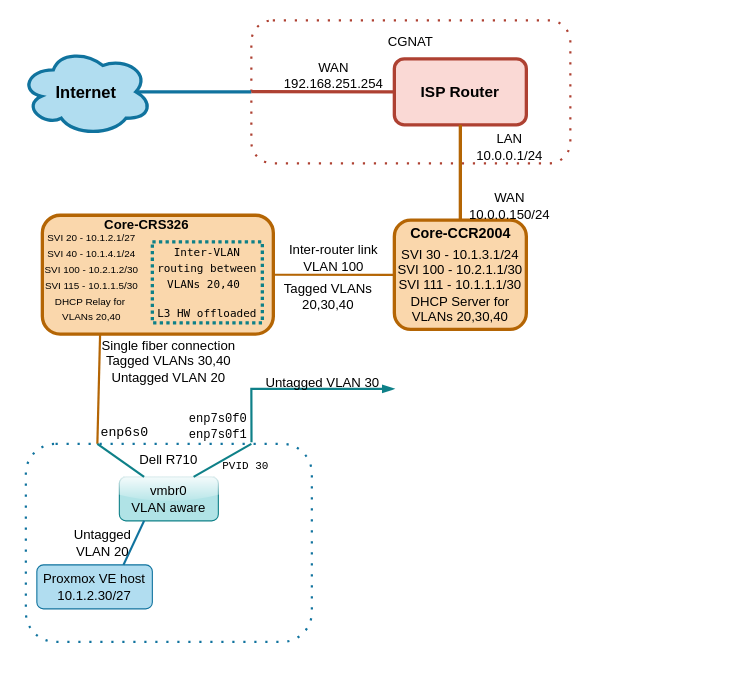
Before: media/topology.drawio in Andreansx/Networking-lab, a draw.io diagram. Source tidied: cells renumbered, new cells numbered last; positions are measured from the earlier drawing's top-left corner, leaving out a move shared by most shapes. Both pictures are drawn from the tidied source at 110%, with x=0, y=0 at pixel (20, 20).
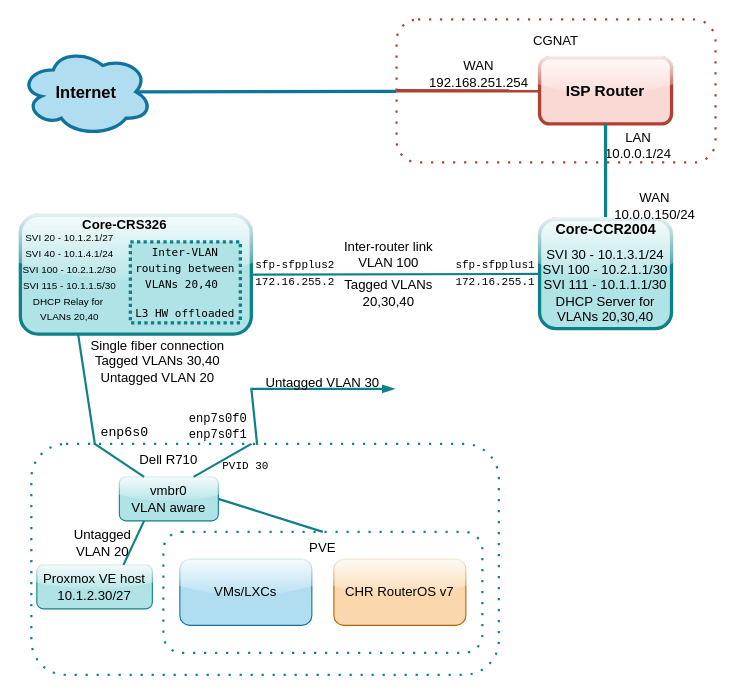
Above is the later version.

The change refers to these unchanged cells:
```xml
<mxCell id="25" value="&lt;div&gt;vmbr0&lt;/div&gt;&lt;div&gt;VLAN aware&lt;/div&gt;" style="rounded=1;whiteSpace=wrap;html=1;fillColor=#b0e3e6;strokeColor=#0e8088;glass=1;" parent="1" vertex="1">
  <mxGeometry x="90" y="415" width="90" height="40" as="geometry" />
</mxCell>
```

Diff of the diagram source:
```diff
@@
     <mxCell id="2" style="rounded=1;whiteSpace=wrap;html=1;fillColor=none;dashed=1;dashPattern=1 4;strokeColor=#ae4132;strokeWidth=2;" parent="1" vertex="1">
-      <mxGeometry x="210" width="290" height="130" as="geometry" />
+      <mxGeometry x="342" y="-0.8" width="290" height="130" as="geometry" />
     </mxCell>
@@
-    <mxCell id="4" value="&lt;b&gt;&lt;font style=&quot;font-size: 14px;&quot;&gt;ISP Router&lt;/font&gt;&lt;/b&gt;" style="rounded=1;whiteSpace=wrap;html=1;fillColor=#fad9d5;strokeColor=light-dark(#AE4132,#EC7B65);strokeWidth=3;" parent="1" vertex="1">
-      <mxGeometry x="340" y="35" width="120" height="60" as="geometry" />
+    <mxCell id="4" value="&lt;b&gt;&lt;font style=&quot;font-size: 14px;&quot;&gt;ISP Router&lt;/font&gt;&lt;/b&gt;" style="rounded=1;whiteSpace=wrap;html=1;fillColor=#fad9d5;strokeColor=light-dark(#AE4132,#EC7B65);strokeWidth=3;glass=1;" parent="1" vertex="1">
+      <mxGeometry x="472" y="34.2" width="120" height="60" as="geometry" />
     </mxCell>
     <mxCell id="5" value="CGNAT" style="text;html=1;align=center;verticalAlign=middle;whiteSpace=wrap;rounded=0;fillColor=none;strokeColor=none;" parent="1" vertex="1">
-      <mxGeometry x="320" width="70" height="40" as="geometry" />
+      <mxGeometry x="452" y="-0.8" width="70" height="40" as="geometry" />
     </mxCell>
@@
     <mxCell id="7" style="endArrow=none;html=1;rounded=0;exitX=0.875;exitY=0.5;exitDx=0;exitDy=0;exitPerimeter=0;fillColor=#fad9d5;strokeColor=#ae4132;strokeWidth=3;entryX=0;entryY=0.5;entryDx=0;entryDy=0;" parent="1" edge="1" target="4">
       <mxGeometry relative="1" as="geometry">
-        <mxPoint x="210" y="64.8" as="sourcePoint" />
+        <mxPoint x="342" y="64" as="sourcePoint" />
       </mxGeometry>
     </mxCell>
     <mxCell id="8" value="&lt;div&gt;WAN&lt;/div&gt;&lt;div&gt;192.168.251.254&lt;/div&gt;" style="text;html=1;align=center;verticalAlign=middle;whiteSpace=wrap;rounded=0;" parent="1" vertex="1">
-      <mxGeometry x="240" y="35" width="90" height="30" as="geometry" />
+      <mxGeometry x="372" y="34.2" width="90" height="30" as="geometry" />
     </mxCell>
     <mxCell id="9" value="&lt;div&gt;LAN&lt;/div&gt;&lt;div&gt;10.0.0.1/24&lt;/div&gt;" style="text;html=1;align=center;verticalAlign=middle;whiteSpace=wrap;rounded=0;" parent="1" vertex="1">
-      <mxGeometry x="415" y="100" width="60" height="30" as="geometry" />
+      <mxGeometry x="532" y="99.2" width="60" height="30" as="geometry" />
     </mxCell>
-    <mxCell id="10" style="endArrow=none;html=1;rounded=0;entryX=0.5;entryY=1;entryDx=0;entryDy=0;fillColor=#fad7ac;strokeColor=light-dark(#B46504,#C97210);strokeWidth=3;exitX=0.5;exitY=0;exitDx=0;exitDy=0;" parent="1" edge="1" source="11" target="4">
+    <mxCell id="10" style="endArrow=none;html=1;rounded=0;entryX=0.5;entryY=1;entryDx=0;entryDy=0;fillColor=#b0e3e6;strokeColor=#0e8088;strokeWidth=3;exitX=0.5;exitY=0;exitDx=0;exitDy=0;" parent="1" edge="1" source="11" target="4">
       <mxGeometry relative="1" as="geometry" />
     </mxCell>
-    <mxCell id="11" style="rounded=1;whiteSpace=wrap;html=1;fillColor=#fad7ac;strokeColor=#b46504;strokeWidth=3;" parent="1" vertex="1">
-      <mxGeometry x="340" y="181.6" width="120" height="99.4" as="geometry" />
+    <mxCell id="11" style="rounded=1;whiteSpace=wrap;html=1;fillColor=#b0e3e6;strokeColor=#0e8088;strokeWidth=3;glass=1;" parent="1" vertex="1">
+      <mxGeometry x="472" y="180.8" width="120" height="99.4" as="geometry" />
     </mxCell>
-    <mxCell id="12" value="&lt;div&gt;WAN&lt;/div&gt;&lt;div&gt;10.0.0.150/24&lt;/div&gt;" style="text;html=1;align=center;verticalAlign=middle;whiteSpace=wrap;rounded=0;" parent="1" vertex="1">
-      <mxGeometry x="405" y="154.4" width="80" height="30" as="geometry" />
+    <mxCell id="12" value="&lt;div&gt;WAN&lt;/div&gt;&lt;div&gt;10.0.0.150/24&lt;/div&gt;" style="text;html=1;align=center;verticalAlign=middle;whiteSpace=wrap;rounded=0;fillColor=none;strokeColor=none;" parent="1" vertex="1">
+      <mxGeometry x="537" y="153.6" width="80" height="30" as="geometry" />
     </mxCell>
-    <mxCell id="13" value="&lt;div&gt;&lt;b&gt;&lt;font style=&quot;font-size: 13px;&quot;&gt;Core-CCR2004&lt;/font&gt;&lt;/b&gt;&lt;/div&gt;" style="text;html=1;align=center;verticalAlign=middle;whiteSpace=wrap;rounded=0;" parent="1" vertex="1">
-      <mxGeometry x="347.5" y="183.8" width="105" height="17.5" as="geometry" />
+    <mxCell id="13" value="&lt;div&gt;&lt;b&gt;&lt;font style=&quot;font-size: 13px;&quot;&gt;Core-CCR2004&lt;/font&gt;&lt;/b&gt;&lt;/div&gt;" style="text;html=1;align=center;verticalAlign=middle;whiteSpace=wrap;rounded=0;fillColor=none;strokeColor=none;" parent="1" vertex="1">
+      <mxGeometry x="479.5" y="180.8" width="105" height="17.5" as="geometry" />
     </mxCell>
-    <mxCell id="14" style="rounded=1;whiteSpace=wrap;html=1;fillColor=#fad7ac;strokeColor=#b46504;strokeWidth=3;" parent="1" vertex="1">
-      <mxGeometry x="20" y="177.2" width="210" height="108.1" as="geometry" />
+    <mxCell id="14" style="rounded=1;whiteSpace=wrap;html=1;fillColor=#b0e3e6;strokeColor=#0e8088;strokeWidth=3;glass=1;" parent="1" vertex="1">
+      <mxGeometry y="177.2" width="210" height="108.1" as="geometry" />
     </mxCell>
-    <mxCell id="15" value="Core-CRS326" style="text;html=1;align=center;verticalAlign=middle;whiteSpace=wrap;rounded=0;fontStyle=1;" parent="1" vertex="1">
-      <mxGeometry x="75" y="171.3" width="80" height="30" as="geometry" />
+    <mxCell id="15" value="Core-CRS326" style="text;html=1;align=center;verticalAlign=middle;whiteSpace=wrap;rounded=0;fontStyle=1;fillColor=none;strokeColor=none;" parent="1" vertex="1">
+      <mxGeometry x="55" y="171.3" width="80" height="30" as="geometry" />
     </mxCell>
-    <mxCell id="16" value="&lt;div&gt;SVI 30 - 10.1.3.1/24&lt;/div&gt;&lt;div&gt;SVI 100 - 10.2.1.1/30&lt;/div&gt;&lt;div&gt;SVI 111 - 10.1.1.1/30&lt;/div&gt;&lt;div&gt;DHCP Server for VLANs 20,30,40&lt;/div&gt;" style="text;html=1;align=center;verticalAlign=middle;whiteSpace=wrap;rounded=0;" parent="1" vertex="1">
-      <mxGeometry x="335" y="201.3" width="130" height="80" as="geometry" />
+    <mxCell id="16" value="&lt;div&gt;SVI 30 - 10.1.3.1/24&lt;/div&gt;&lt;div&gt;SVI 100 - 10.2.1.1/30&lt;/div&gt;&lt;div&gt;SVI 111 - 10.1.1.1/30&lt;/div&gt;&lt;div&gt;DHCP Server for VLANs 20,30,40&lt;/div&gt;" style="text;html=1;align=center;verticalAlign=middle;whiteSpace=wrap;rounded=0;fillColor=none;strokeColor=none;" parent="1" vertex="1">
+      <mxGeometry x="467" y="200.5" width="130" height="80" as="geometry" />
     </mxCell>
-    <mxCell id="17" value="&lt;div&gt;&lt;font style=&quot;font-size: 9px;&quot;&gt;SVI 20 - 10.1.2.1/27&lt;/font&gt;&lt;/div&gt;&lt;div&gt;&lt;font style=&quot;font-size: 9px;&quot;&gt;SVI 40 - 10.1.4.1/24&lt;/font&gt;&lt;/div&gt;&lt;div&gt;&lt;font style=&quot;font-size: 9px;&quot;&gt;SVI 100 - 10.2.1.2/30&lt;/font&gt;&lt;/div&gt;&lt;div&gt;&lt;font style=&quot;font-size: 9px;&quot;&gt;SVI 115 - 10.1.1.5/30&lt;/font&gt;&lt;/div&gt;&lt;div&gt;&lt;font style=&quot;font-size: 9px;&quot;&gt;DHCP Relay for&amp;nbsp;&lt;/font&gt;&lt;/div&gt;&lt;div&gt;&lt;font style=&quot;font-size: 9px;&quot;&gt;VLANs 20,40&lt;/font&gt;&lt;/div&gt;" style="text;html=1;align=center;verticalAlign=middle;whiteSpace=wrap;rounded=0;" parent="1" vertex="1">
-      <mxGeometry x="20" y="190.8" width="90" height="84.7" as="geometry" />
+    <mxCell id="17" value="&lt;div&gt;&lt;font style=&quot;font-size: 9px;&quot;&gt;SVI 20 - 10.1.2.1/27&lt;/font&gt;&lt;/div&gt;&lt;div&gt;&lt;font style=&quot;font-size: 9px;&quot;&gt;SVI 40 - 10.1.4.1/24&lt;/font&gt;&lt;/div&gt;&lt;div&gt;&lt;font style=&quot;font-size: 9px;&quot;&gt;SVI 100 - 10.2.1.2/30&lt;/font&gt;&lt;/div&gt;&lt;div&gt;&lt;font style=&quot;font-size: 9px;&quot;&gt;SVI 115 - 10.1.1.5/30&lt;/font&gt;&lt;/div&gt;&lt;div&gt;&lt;font style=&quot;font-size: 9px;&quot;&gt;DHCP Relay for&amp;nbsp;&lt;/font&gt;&lt;/div&gt;&lt;div&gt;&lt;font style=&quot;font-size: 9px;&quot;&gt;VLANs 20,40&lt;/font&gt;&lt;/div&gt;" style="text;html=1;align=center;verticalAlign=middle;whiteSpace=wrap;rounded=0;fillColor=none;strokeColor=none;" parent="1" vertex="1">
+      <mxGeometry y="190.8" width="90" height="84.7" as="geometry" />
     </mxCell>
-    <mxCell id="18" style="endArrow=none;html=1;rounded=0;exitX=1;exitY=0.5;exitDx=0;exitDy=0;entryX=0;entryY=0.5;entryDx=0;entryDy=0;fillColor=#fad7ac;strokeColor=#b46504;strokeWidth=2;" parent="1" edge="1" source="14" target="11">
+    <mxCell id="18" style="endArrow=none;html=1;rounded=0;exitX=1;exitY=0.5;exitDx=0;exitDy=0;entryX=0;entryY=0.5;entryDx=0;entryDy=0;fillColor=#b0e3e6;strokeColor=#0e8088;strokeWidth=2;" parent="1" edge="1" source="14" target="11">
       <mxGeometry relative="1" as="geometry" />
     </mxCell>
-    <mxCell id="19" value="&lt;div&gt;Inter-router link&lt;/div&gt;&lt;div&gt;VLAN 100&lt;/div&gt;" style="text;html=1;align=center;verticalAlign=middle;whiteSpace=wrap;rounded=0;" parent="1" vertex="1">
-      <mxGeometry x="240" y="201.3" width="90" height="30" as="geometry" />
+    <mxCell id="19" value="&lt;div&gt;Inter-router link&lt;/div&gt;&lt;div&gt;VLAN 100&lt;/div&gt;" style="text;html=1;align=center;verticalAlign=middle;whiteSpace=wrap;rounded=0;fillColor=none;strokeColor=none;" parent="1" vertex="1">
+      <mxGeometry x="290" y="198.3" width="90" height="30" as="geometry" />
     </mxCell>
-    <mxCell id="20" value="Tagged VLANs 20,30,40" style="text;html=1;align=center;verticalAlign=middle;whiteSpace=wrap;rounded=0;" parent="1" vertex="1">
-      <mxGeometry x="230" y="231.3" width="100" height="40" as="geometry" />
+    <mxCell id="20" value="Tagged VLANs 20,30,40" style="text;html=1;align=center;verticalAlign=middle;whiteSpace=wrap;rounded=0;fillColor=none;strokeColor=none;" parent="1" vertex="1">
+      <mxGeometry x="285" y="228.3" width="100" height="40" as="geometry" />
     </mxCell>
-    <mxCell id="21" style="rounded=1;whiteSpace=wrap;html=1;fillColor=none;dashed=1;dashPattern=1 4;strokeColor=#10739e;strokeWidth=2;" parent="1" vertex="1">
-      <mxGeometry x="5" y="385" width="260" height="180" as="geometry" />
+    <mxCell id="21" style="rounded=1;whiteSpace=wrap;html=1;fillColor=none;dashed=1;dashPattern=1 4;strokeColor=#0e8088;strokeWidth=2;" parent="1" vertex="1">
+      <mxGeometry x="10" y="385" width="425" height="210" as="geometry" />
     </mxCell>
-    <mxCell id="22" value="&lt;div&gt;Dell R710&lt;/div&gt;" style="text;html=1;align=center;verticalAlign=middle;whiteSpace=wrap;rounded=0;" parent="1" vertex="1">
+    <mxCell id="22" value="&lt;div&gt;Dell R710&lt;/div&gt;" style="text;html=1;align=center;verticalAlign=middle;whiteSpace=wrap;rounded=0;fillColor=none;strokeColor=none;" parent="1" vertex="1">
       <mxGeometry x="105" y="385" width="60" height="30" as="geometry" />
     </mxCell>
-    <mxCell id="23" style="endArrow=none;html=1;rounded=0;entryX=0.25;entryY=1;entryDx=0;entryDy=0;exitX=0.25;exitY=0;exitDx=0;exitDy=0;fillColor=#fad7ac;strokeColor=#b46504;strokeWidth=2;" parent="1" edge="1" source="21" target="14">
+    <mxCell id="23" style="endArrow=none;html=1;rounded=0;entryX=0.25;entryY=1;entryDx=0;entryDy=0;exitX=0.136;exitY=0.003;exitDx=0;exitDy=0;fillColor=#b0e3e6;strokeColor=#0e8088;strokeWidth=2;exitPerimeter=0;" parent="1" edge="1" source="21" target="14">
       <mxGeometry relative="1" as="geometry" />
     </mxCell>
-    <mxCell id="24" value="&lt;div&gt;Single fiber connection&lt;/div&gt;&lt;div&gt;Tagged VLANs 30,40&lt;/div&gt;&lt;div&gt;Untagged VLAN 20&lt;/div&gt;" style="text;html=1;align=center;verticalAlign=middle;whiteSpace=wrap;rounded=0;" parent="1" vertex="1">
-      <mxGeometry x="70" y="285.3" width="130" height="50" as="geometry" />
+    <mxCell id="24" value="&lt;div&gt;Single fiber connection&lt;/div&gt;&lt;div&gt;Tagged VLANs 30,40&lt;/div&gt;&lt;div&gt;Untagged VLAN 20&lt;/div&gt;" style="text;html=1;align=center;verticalAlign=middle;whiteSpace=wrap;rounded=0;fillColor=none;strokeColor=none;" parent="1" vertex="1">
+      <mxGeometry x="60" y="285.3" width="130" height="50" as="geometry" />
     </mxCell>
@@
-    <mxCell id="26" style="endArrow=none;html=1;rounded=0;entryX=0.25;entryY=0;entryDx=0;entryDy=0;exitX=0.25;exitY=0;exitDx=0;exitDy=0;fillColor=#b0e3e6;strokeColor=#0e8088;endSize=8;strokeWidth=2;" parent="1" edge="1" source="25" target="21">
+    <mxCell id="26" style="endArrow=none;html=1;rounded=0;entryX=0.134;entryY=-0.002;entryDx=0;entryDy=0;exitX=0.25;exitY=0;exitDx=0;exitDy=0;fillColor=#b0e3e6;strokeColor=#0e8088;endSize=8;strokeWidth=2;entryPerimeter=0;" parent="1" edge="1" source="25" target="21">
       <mxGeometry relative="1" as="geometry" />
     </mxCell>
-    <mxCell id="27" value="&lt;div&gt;Proxmox VE host&lt;/div&gt;&lt;div&gt;10.1.2.30/27&lt;/div&gt;" style="rounded=1;whiteSpace=wrap;html=1;fillColor=#b1ddf0;strokeColor=#10739e;" parent="1" vertex="1">
+    <mxCell id="27" value="&lt;div&gt;Proxmox VE host&lt;/div&gt;&lt;div&gt;10.1.2.30/27&lt;/div&gt;" style="rounded=1;whiteSpace=wrap;html=1;fillColor=#b0e3e6;strokeColor=#0e8088;glass=1;" parent="1" vertex="1">
       <mxGeometry x="15" y="495" width="105" height="40" as="geometry" />
     </mxCell>
-    <mxCell id="28" style="endArrow=none;html=1;rounded=0;entryX=0.25;entryY=1;entryDx=0;entryDy=0;exitX=0.75;exitY=0;exitDx=0;exitDy=0;fillColor=#b1ddf0;strokeColor=#10739e;strokeWidth=2;" parent="1" edge="1" source="27" target="25">
+    <mxCell id="28" style="endArrow=none;html=1;rounded=0;entryX=0.25;entryY=1;entryDx=0;entryDy=0;exitX=0.75;exitY=0;exitDx=0;exitDy=0;fillColor=#b0e3e6;strokeColor=#0e8088;strokeWidth=2;" parent="1" edge="1" source="27" target="25">
       <mxGeometry relative="1" as="geometry" />
     </mxCell>
-    <mxCell id="29" value="Untagged VLAN 20" style="text;html=1;align=center;verticalAlign=middle;whiteSpace=wrap;rounded=0;" parent="1" vertex="1">
+    <mxCell id="29" value="Untagged VLAN 20" style="text;html=1;align=center;verticalAlign=middle;whiteSpace=wrap;rounded=0;fillColor=none;strokeColor=none;" parent="1" vertex="1">
       <mxGeometry x="45" y="460" width="60" height="30" as="geometry" />
     </mxCell>
-    <mxCell id="30" value="&lt;p&gt;&lt;font face=&quot;Lucida Console&quot; style=&quot;font-size: 10px;&quot;&gt;Inter-VLAN routing between VLANs 20,40&amp;nbsp;&lt;/font&gt;&lt;/p&gt;&lt;p&gt;&lt;font face=&quot;Lucida Console&quot; style=&quot;font-size: 10px;&quot;&gt;L3 HW offloaded&lt;/font&gt;&lt;/p&gt;" style="text;html=1;align=center;verticalAlign=middle;whiteSpace=wrap;rounded=0;fillColor=none;strokeColor=#0e8088;strokeWidth=3;dashed=1;dashPattern=1 1;" parent="1" vertex="1">
-      <mxGeometry x="120" y="201.3" width="100" height="73.7" as="geometry" />
+    <mxCell id="30" value="&lt;p&gt;&lt;font face=&quot;Lucida Console&quot; style=&quot;font-size: 10px;&quot;&gt;Inter-VLAN routing between VLANs 20,40&amp;nbsp;&lt;/font&gt;&lt;/p&gt;&lt;p&gt;&lt;font face=&quot;Lucida Console&quot; style=&quot;font-size: 10px;&quot;&gt;L3 HW offloaded&lt;/font&gt;&lt;/p&gt;" style="text;html=1;align=center;verticalAlign=middle;whiteSpace=wrap;rounded=0;fillColor=#b0e3e6;strokeColor=#0e8088;strokeWidth=3;dashed=1;dashPattern=1 1;" parent="1" vertex="1">
+      <mxGeometry x="100" y="201.3" width="100" height="73.7" as="geometry" />
     </mxCell>
-    <mxCell id="31" value="&lt;pre&gt;enp6s0&lt;/pre&gt;" style="text;html=1;align=center;verticalAlign=middle;whiteSpace=wrap;rounded=0;" parent="1" vertex="1">
+    <mxCell id="31" value="&lt;pre&gt;enp6s0&lt;/pre&gt;" style="text;html=1;align=center;verticalAlign=middle;whiteSpace=wrap;rounded=0;fillColor=none;strokeColor=none;" parent="1" vertex="1">
       <mxGeometry x="70" y="365" width="50" height="20" as="geometry" />
     </mxCell>
-    <mxCell id="32" value="&lt;div style=&quot;line-height: 10%;&quot;&gt;&lt;pre&gt;&lt;font style=&quot;font-size: 11px;&quot;&gt;enp7s0f0&lt;/font&gt;&lt;/pre&gt;&lt;pre&gt;&lt;font style=&quot;font-size: 11px;&quot;&gt;enp7s0f1&lt;/font&gt;&lt;/pre&gt;&lt;/div&gt;" style="text;html=1;align=center;verticalAlign=middle;whiteSpace=wrap;rounded=0;perimeterSpacing=0;" parent="1" vertex="1">
+    <mxCell id="32" value="&lt;div style=&quot;line-height: 10%;&quot;&gt;&lt;pre&gt;&lt;font style=&quot;font-size: 11px;&quot;&gt;enp7s0f0&lt;/font&gt;&lt;/pre&gt;&lt;pre&gt;&lt;font style=&quot;font-size: 11px;&quot;&gt;enp7s0f1&lt;/font&gt;&lt;/pre&gt;&lt;/div&gt;" style="text;html=1;align=center;verticalAlign=middle;whiteSpace=wrap;rounded=0;perimeterSpacing=0;fillColor=none;strokeColor=none;" parent="1" vertex="1">
       <mxGeometry x="150" y="345" width="60" height="50" as="geometry" />
     </mxCell>
-    <mxCell id="33" style="endArrow=blockThin;html=1;rounded=0;exitX=0.789;exitY=-0.008;exitDx=0;exitDy=0;exitPerimeter=0;startArrow=none;startFill=0;endFill=1;strokeWidth=2;fillColor=#b0e3e6;strokeColor=#0e8088;" parent="1" edge="1" source="21">
+    <mxCell id="33" style="endArrow=blockThin;html=1;rounded=0;exitX=0.483;exitY=0.004;exitDx=0;exitDy=0;exitPerimeter=0;startArrow=none;startFill=0;endFill=1;strokeWidth=2;fillColor=#b0e3e6;strokeColor=#0e8088;" parent="1" edge="1" source="21">
       <mxGeometry relative="1" as="geometry">
         <mxPoint x="340" y="335" as="targetPoint" />
         <Array as="points">
           <mxPoint x="210" y="335" />
         </Array>
       </mxGeometry>
     </mxCell>
-    <mxCell id="34" value="Untagged VLAN 30" style="text;html=1;align=center;verticalAlign=middle;whiteSpace=wrap;rounded=0;" parent="1" vertex="1">
+    <mxCell id="34" value="Untagged VLAN 30" style="text;html=1;align=center;verticalAlign=middle;whiteSpace=wrap;rounded=0;fillColor=none;strokeColor=none;" parent="1" vertex="1">
       <mxGeometry x="220" y="315" width="110" height="30" as="geometry" />
     </mxCell>
@@
-    <mxCell id="36" value="&lt;pre&gt;&lt;font style=&quot;font-size: 10px;&quot;&gt;PVID 30&lt;/font&gt;&lt;/pre&gt;" style="text;html=1;align=center;verticalAlign=middle;whiteSpace=wrap;rounded=0;" parent="1" vertex="1">
+    <mxCell id="36" value="&lt;pre&gt;&lt;font style=&quot;font-size: 10px;&quot;&gt;PVID 30&lt;/font&gt;&lt;/pre&gt;" style="text;html=1;align=center;verticalAlign=middle;whiteSpace=wrap;rounded=0;fillColor=none;strokeColor=none;" parent="1" vertex="1">
       <mxGeometry x="180" y="395" width="50" height="20" as="geometry" />
     </mxCell>
+    <mxCell id="37" style="rounded=1;whiteSpace=wrap;html=1;fillColor=none;strokeColor=#0e8088;dashed=1;dashPattern=1 4;strokeWidth=2;" parent="1" vertex="1">
+      <mxGeometry x="130" y="465" width="290" height="110" as="geometry" />
+    </mxCell>
+    <mxCell id="38" value="PVE" style="text;html=1;align=center;verticalAlign=middle;whiteSpace=wrap;rounded=0;fillColor=none;strokeColor=none;" parent="1" vertex="1">
+      <mxGeometry x="245" y="465" width="60" height="30" as="geometry" />
+    </mxCell>
+    <mxCell id="39" style="endArrow=none;html=1;rounded=0;entryX=0.5;entryY=0;entryDx=0;entryDy=0;exitX=1;exitY=0.5;exitDx=0;exitDy=0;fillColor=#b0e3e6;strokeColor=#0e8088;strokeWidth=2;" parent="1" edge="1" source="25" target="37">
+      <mxGeometry relative="1" as="geometry" />
+    </mxCell>
+    <mxCell id="40" value="&lt;pre&gt;&lt;font style=&quot;font-size: 10px;&quot;&gt;sfp-sfpplus2&lt;br&gt;172.16.255.2&lt;/font&gt;&lt;/pre&gt;" style="text;html=1;align=center;verticalAlign=middle;whiteSpace=wrap;rounded=0;fillColor=none;strokeColor=none;" parent="1" vertex="1">
+      <mxGeometry x="210" y="220.4" width="80" height="20" as="geometry" />
+    </mxCell>
+    <mxCell id="41" value="&lt;pre&gt;&lt;font style=&quot;font-size: 10px;&quot;&gt;sfp-sfpplus1&lt;br&gt;172.16.255.1&lt;/font&gt;&lt;/pre&gt;" style="text;html=1;align=center;verticalAlign=middle;whiteSpace=wrap;rounded=0;fillColor=none;strokeColor=none;" parent="1" vertex="1">
+      <mxGeometry x="392" y="220.4" width="80" height="20" as="geometry" />
+    </mxCell>
+    <mxCell id="42" value="VMs/LXCs" style="rounded=1;whiteSpace=wrap;html=1;glass=1;fillColor=#b1ddf0;strokeColor=#10739e;" parent="1" vertex="1">
+      <mxGeometry x="145" y="490" width="120" height="60" as="geometry" />
+    </mxCell>
+    <mxCell id="43" value="CHR RouterOS v7" style="rounded=1;whiteSpace=wrap;html=1;fillColor=#fad7ac;strokeColor=#b46504;glass=1;" parent="1" vertex="1">
+      <mxGeometry x="285" y="490" width="120" height="60" as="geometry" />
+    </mxCell>
```
